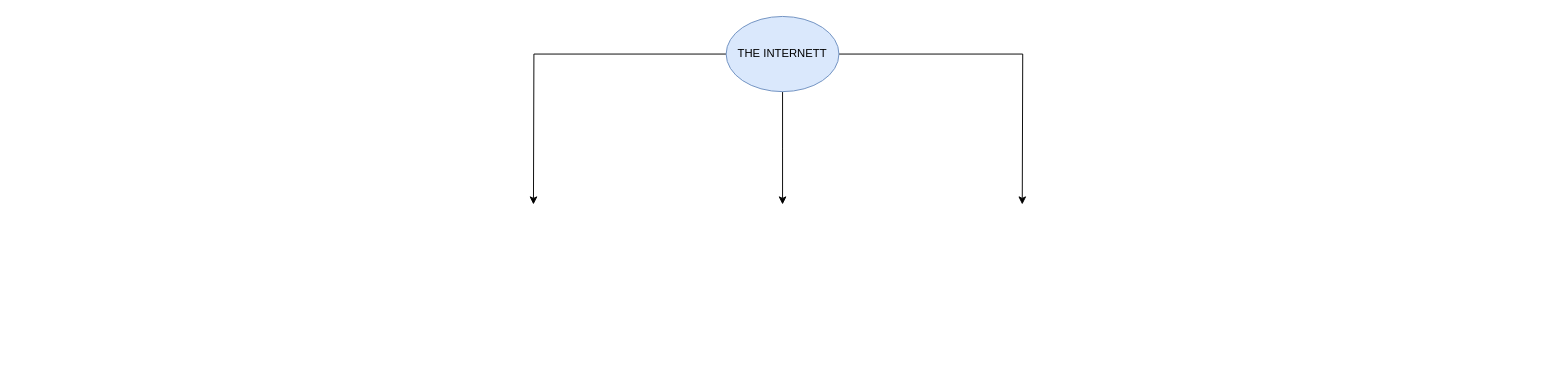
Before: latitude.drawio in eastoncrafter/networkdiagram, a draw.io diagram. Source tidied: cells renumbered, new cells numbered last; positions are measured from the earlier drawing's top-left corner, leaving out a move shared by most shapes. Both pictures are drawn from the tidied source at 94%, with x=0, y=0 at pixel (533, 16).
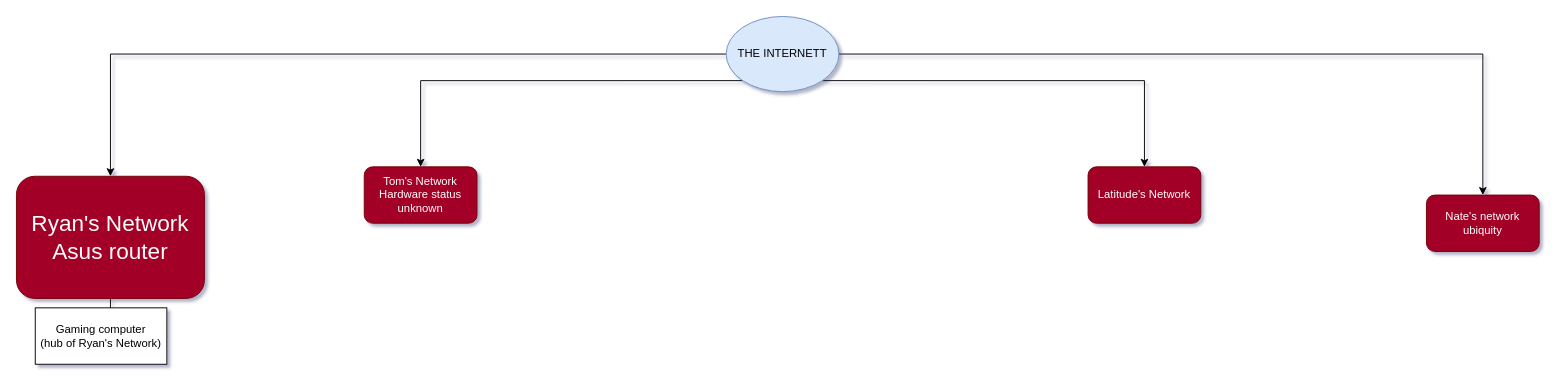
The same diagram, later.

What changed in the source:
```diff
@@
-<mxGraphModel>
+<mxGraphModel shadow="1">
   <root>
     <mxCell id="0" />
     <mxCell id="1" parent="0" />
-    <mxCell id="2" style="edgeStyle=orthogonalEdgeStyle;rounded=0;jettySize=auto;html=1;exitX=0;exitY=0.5;exitDx=0;exitDy=0;" parent="1" edge="1" source="5">
-      <mxGeometry relative="1" as="geometry">
-        <mxPoint y="200" as="targetPoint" />
-      </mxGeometry>
-    </mxCell>
-    <mxCell id="3" style="edgeStyle=orthogonalEdgeStyle;rounded=0;jettySize=auto;html=1;exitX=0.5;exitY=1;exitDx=0;exitDy=0;" parent="1" edge="1" source="5">
-      <mxGeometry relative="1" as="geometry">
-        <mxPoint x="265" y="200" as="targetPoint" />
-      </mxGeometry>
-    </mxCell>
-    <mxCell id="4" style="edgeStyle=orthogonalEdgeStyle;rounded=0;jettySize=auto;html=1;exitX=1;exitY=0.5;exitDx=0;exitDy=0;" parent="1" edge="1" source="5">
-      <mxGeometry relative="1" as="geometry">
-        <mxPoint x="520" y="200" as="targetPoint" />
-      </mxGeometry>
-    </mxCell>
+    <mxCell id="6" style="edgeStyle=orthogonalEdgeStyle;rounded=0;jettySize=auto;html=1;exitX=0;exitY=1;exitDx=0;exitDy=0;" parent="1" edge="1" source="5" target="12">
+      <mxGeometry relative="1" as="geometry" />
+    </mxCell>
+    <mxCell id="7" style="edgeStyle=orthogonalEdgeStyle;rounded=0;jettySize=auto;html=1;exitX=1;exitY=1;exitDx=0;exitDy=0;" parent="1" edge="1" source="5" target="13">
+      <mxGeometry relative="1" as="geometry" />
+    </mxCell>
+    <mxCell id="8" style="edgeStyle=orthogonalEdgeStyle;rounded=0;jettySize=auto;html=1;exitX=1;exitY=0.5;exitDx=0;exitDy=0;" parent="1" edge="1" source="5" target="14">
+      <mxGeometry relative="1" as="geometry" />
+    </mxCell>
+    <mxCell id="9" style="edgeStyle=orthogonalEdgeStyle;rounded=0;jettySize=auto;html=1;entryX=0.5;entryY=0;entryDx=0;entryDy=0;" parent="1" edge="1" source="5" target="11">
+      <mxGeometry relative="1" as="geometry" />
+    </mxCell>
     <mxCell id="5" value="THE INTERNETT" style="ellipse;whiteSpace=wrap;html=1;fillColor=#dae8fc;strokeColor=#6c8ebf;" parent="1" vertex="1">
       <mxGeometry x="205" width="120" height="80" as="geometry" />
     </mxCell>
+    <mxCell id="10" style="edgeStyle=orthogonalEdgeStyle;rounded=0;jettySize=auto;html=1;exitX=0.5;exitY=1;exitDx=0;exitDy=0;" parent="1" edge="1" source="11" target="15">
+      <mxGeometry relative="1" as="geometry" />
+    </mxCell>
+    <mxCell id="11" value="&lt;font style=&quot;font-size: 24px&quot;&gt;Ryan's Network&lt;br&gt;Asus router&lt;/font&gt;" style="rounded=1;whiteSpace=wrap;html=1;fillColor=#a20025;strokeColor=#6F0000;fontColor=#ffffff;" parent="1" vertex="1">
+      <mxGeometry x="-550" y="170" width="200" height="130" as="geometry" />
+    </mxCell>
+    <mxCell id="12" value="Tom's Network&lt;br&gt;Hardware status unknown" style="rounded=1;whiteSpace=wrap;html=1;fillColor=#a20025;strokeColor=#6F0000;fontColor=#ffffff;" parent="1" vertex="1">
+      <mxGeometry x="-180" y="160" width="120" height="60" as="geometry" />
+    </mxCell>
+    <mxCell id="13" value="Latitude's Network" style="rounded=1;whiteSpace=wrap;html=1;fillColor=#a20025;strokeColor=#6F0000;fontColor=#ffffff;" parent="1" vertex="1">
+      <mxGeometry x="590" y="160" width="120" height="60" as="geometry" />
+    </mxCell>
+    <mxCell id="14" value="Nate's network&lt;br&gt;ubiquity" style="rounded=1;whiteSpace=wrap;html=1;fillColor=#a20025;strokeColor=#6F0000;fontColor=#ffffff;" parent="1" vertex="1">
+      <mxGeometry x="950" y="190" width="120" height="60" as="geometry" />
+    </mxCell>
+    <mxCell id="15" value="Gaming computer&lt;br&gt;(hub of Ryan's Network)" style="rounded=0;whiteSpace=wrap;html=1;" parent="1" vertex="1">
+      <mxGeometry x="-530" y="310" width="140" height="60" as="geometry" />
+    </mxCell>
   </root>
 </mxGraphModel>
```
